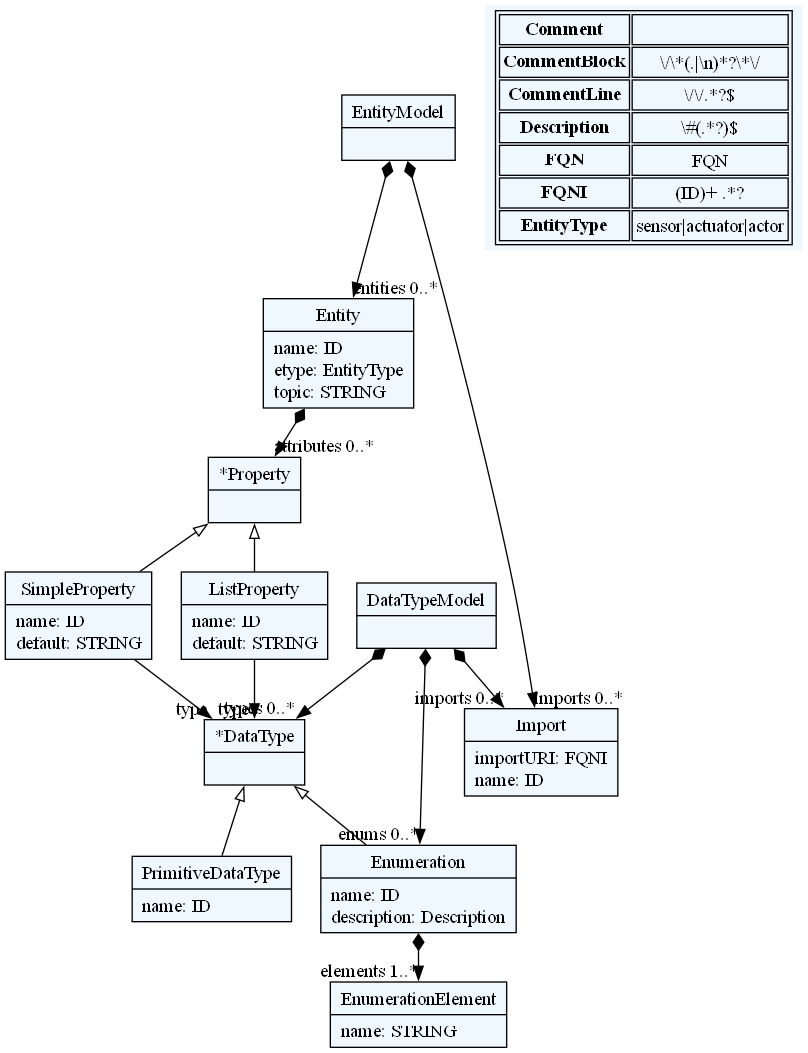
Before: omnisim/grammar/entity.dot.png, a diagram exported from Graphviz (balojohn/thesis). Its source is kept beside it as omnisim/grammar/entity.dot.
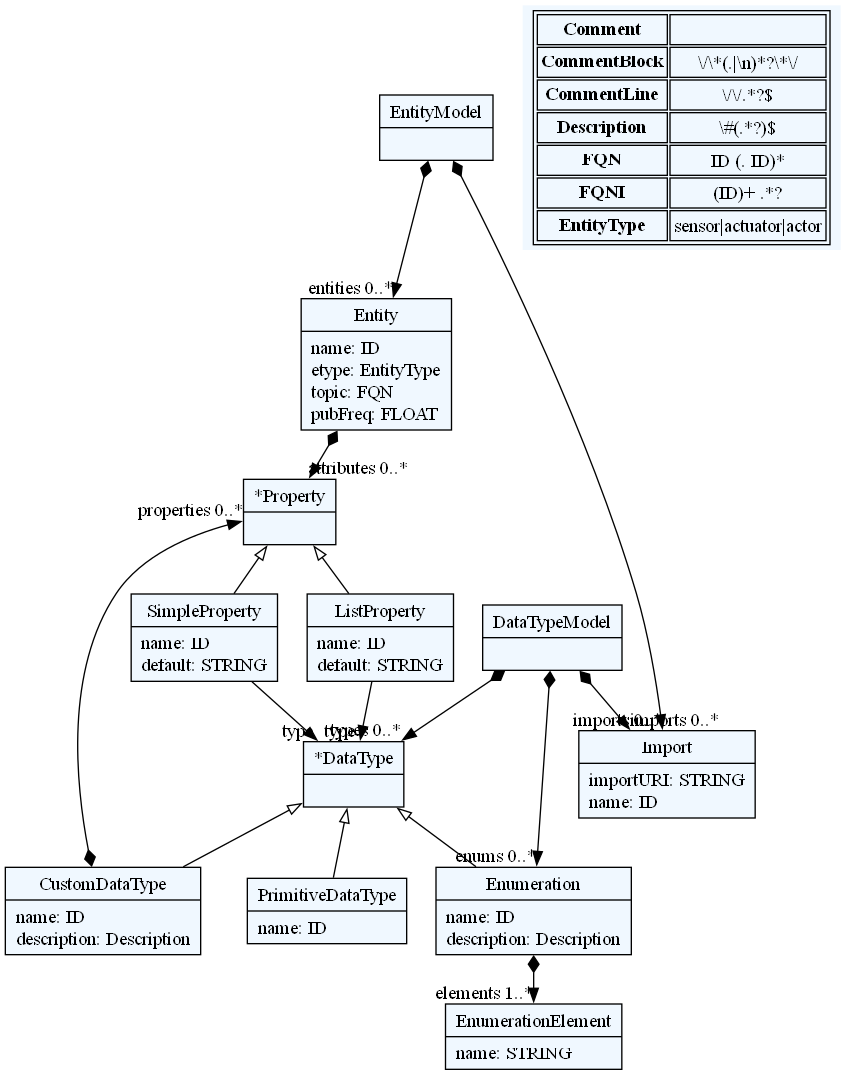
After the commit.

What changed in the source:
```diff
@@ -10,43 +10,47 @@
     edge[dir=black,arrowtail=empty]
 
 
-2634005409968[ label="{EntityModel|}"]
+2783387195760[ label="{EntityModel|}"]
 
-2634005159888[ label="{Entity|name: ID\letype: EntityType\ltopic: STRING\l}"]
+2783387205360[ label="{Entity|name: ID\letype: EntityType\ltopic: FQN\lpubFreq: FLOAT\l}"]
 
-2634005532640[ label="{DataTypeModel|}"]
+2783387554480[ label="{DataTypeModel|}"]
 
-2634005532688[ label="{*DataType|}"]
+2783387554576[ label="{*DataType|}"]
 
-2634005532784[ label="{*Property|}"]
+2783387554672[ label="{CustomDataType|name: ID\ldescription: Description\l}"]
 
-2634005532880[ label="{SimpleProperty|name: ID\ldefault: STRING\l}"]
+2783387554768[ label="{*Property|}"]
 
-2634005532976[ label="{ListProperty|name: ID\ldefault: STRING\l}"]
+2783387554864[ label="{SimpleProperty|name: ID\ldefault: STRING\l}"]
 
-2634005533072[ label="{Enumeration|name: ID\ldescription: Description\l}"]
+2783387555008[ label="{ListProperty|name: ID\ldefault: STRING\l}"]
 
-2634005533168[ label="{EnumerationElement|name: STRING\l}"]
+2783387555536[ label="{Enumeration|name: ID\ldescription: Description\l}"]
 
-2634005533264[ label="{PrimitiveDataType|name: ID\l}"]
+2783387556064[ label="{EnumerationElement|name: STRING\l}"]
 
-2633979522048[ label="{Import|importURI: FQNI\lname: ID\l}"]
+2783387556256[ label="{PrimitiveDataType|name: ID\l}"]
+
+2783387556976[ label="{Import|importURI: STRING\lname: ID\l}"]
 
 
 
-2634005409968 -> 2633979522048[arrowtail=diamond, dir=both, headlabel="imports 0..*"]
-2634005409968 -> 2634005159888[arrowtail=diamond, dir=both, headlabel="entities 0..*"]
-2634005159888 -> 2634005532784[arrowtail=diamond, dir=both, headlabel="attributes 0..*"]
-2634005532640 -> 2633979522048[arrowtail=diamond, dir=both, headlabel="imports 0..*"]
-2634005532640 -> 2634005532688[arrowtail=diamond, dir=both, headlabel="types 0..*"]
-2634005532640 -> 2634005533072[arrowtail=diamond, dir=both, headlabel="enums 0..*"]
-2634005532688 -> 2634005533264 [dir=back]
-2634005532688 -> 2634005533072 [dir=back]
-2634005532784 -> 2634005532976 [dir=back]
-2634005532784 -> 2634005532880 [dir=back]
-2634005532880 -> 2634005532688[headlabel="type "]
-2634005532976 -> 2634005532688[headlabel="type "]
-2634005533072 -> 2634005533168[arrowtail=diamond, dir=both, headlabel="elements 1..*"]
+2783387195760 -> 2783387556976[arrowtail=diamond, dir=both, headlabel="imports 0..*"]
+2783387195760 -> 2783387205360[arrowtail=diamond, dir=both, headlabel="entities 0..*"]
+2783387205360 -> 2783387554768[arrowtail=diamond, dir=both, headlabel="attributes 0..*"]
+2783387554480 -> 2783387556976[arrowtail=diamond, dir=both, headlabel="imports 0..*"]
+2783387554480 -> 2783387554576[arrowtail=diamond, dir=both, headlabel="types 0..*"]
+2783387554480 -> 2783387555536[arrowtail=diamond, dir=both, headlabel="enums 0..*"]
+2783387554576 -> 2783387556256 [dir=back]
+2783387554576 -> 2783387555536 [dir=back]
+2783387554576 -> 2783387554672 [dir=back]
+2783387554672 -> 2783387554768[arrowtail=diamond, dir=both, headlabel="properties 0..*"]
+2783387554768 -> 2783387555008 [dir=back]
+2783387554768 -> 2783387554864 [dir=back]
+2783387554864 -> 2783387554576[headlabel="type "]
+2783387555008 -> 2783387554576[headlabel="type "]
+2783387555536 -> 2783387556064[arrowtail=diamond, dir=both, headlabel="elements 1..*"]
 match_rules [ shape=plaintext, label=< <table>
 	<tr>
 		<td><b>Comment</b></td><td></td>
@@ -61,7 +65,7 @@
 		<td><b>Description</b></td><td>\#(.*?)$</td>
 	</tr>
 	<tr>
-		<td><b>FQN</b></td><td>FQN</td>
+		<td><b>FQN</b></td><td>ID (. ID)*</td>
 	</tr>
 	<tr>
 		<td><b>FQNI</b></td><td>(ID)+ .*?</td>
```
